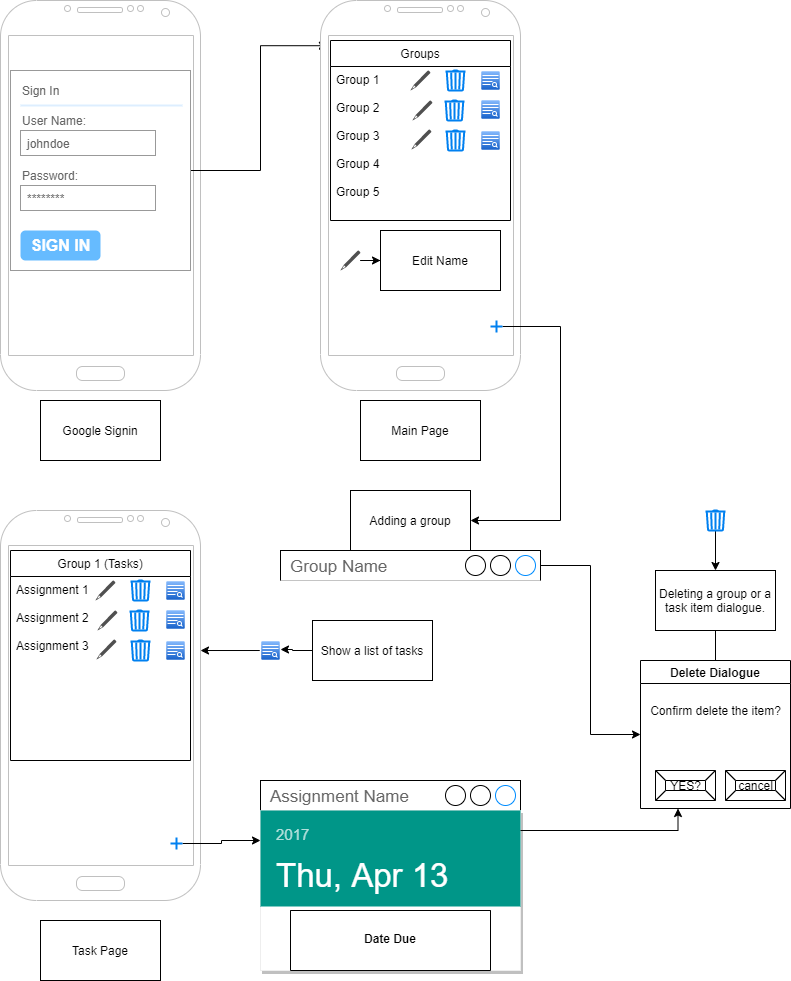
The draw.io diagram docs/img/wireframe.png in team-assignments/team-assignments.github.io, before a commit. Source tidied: cells renumbered, new cells last; positions are measured from the earlier drawing's top-left corner, leaving out a move shared by most shapes.
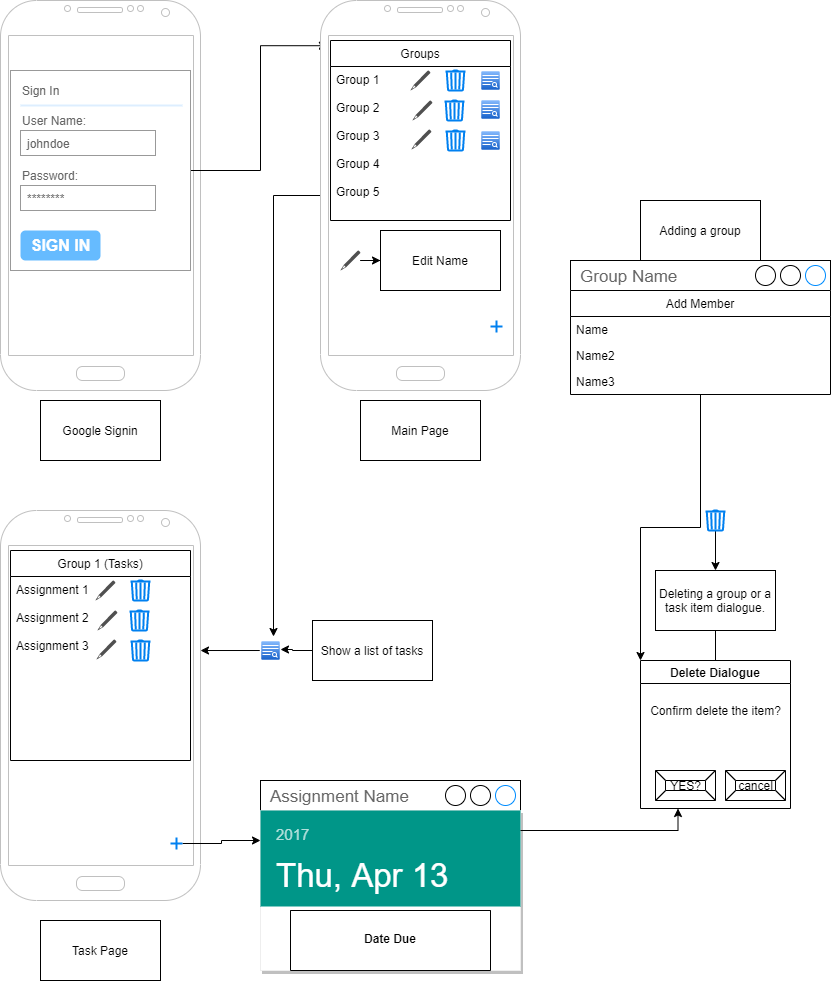
After the commit.

Commit message:
Added add member dialogue

Change to the diagram source:
```diff
@@ -49,6 +49,9 @@
     <mxCell id="12" value="Google Signin" style="whiteSpace=wrap;html=1;" parent="1" vertex="1">
       <mxGeometry x="40" y="400" width="120" height="60" as="geometry" />
     </mxCell>
+    <mxCell id="67" style="edgeStyle=orthogonalEdgeStyle;rounded=0;jettySize=auto;html=1;entryX=0.65;entryY=-0.2;entryDx=0;entryDy=0;entryPerimeter=0;" parent="1" edge="1" source="13" target="54">
+      <mxGeometry relative="1" as="geometry" />
+    </mxCell>
     <mxCell id="13" style="verticalLabelPosition=bottom;verticalAlign=top;html=1;shadow=0;dashed=0;strokeWidth=1;shape=mxgraph.android.phone2;strokeColor=#c0c0c0;" parent="1" vertex="1">
       <mxGeometry x="320" width="200" height="390" as="geometry" />
     </mxCell>
@@ -73,14 +76,6 @@
     <mxCell id="20" value="Assignment 1&#10;&#10;Assignment 2&#10;&#10;Assignment 3 " style="text;strokeColor=none;fillColor=none;align=left;verticalAlign=top;spacingLeft=4;spacingRight=4;overflow=hidden;" parent="19" vertex="1">
       <mxGeometry y="26" width="180" height="184" as="geometry" />
     </mxCell>
-    <mxCell id="21" style="edgeStyle=orthogonalEdgeStyle;rounded=0;jettySize=auto;html=1;" parent="1" edge="1" source="22" target="40">
-      <mxGeometry relative="1" as="geometry">
-        <Array as="points">
-          <mxPoint x="560" y="326" />
-          <mxPoint x="560" y="520" />
-        </Array>
-      </mxGeometry>
-    </mxCell>
     <mxCell id="22" style="html=1;verticalLabelPosition=bottom;labelBackgroundColor=#ffffff;verticalAlign=top;shadow=0;dashed=0;strokeWidth=2;shape=mxgraph.ios7.misc.flagged;strokeColor=#0080f0;" parent="1" vertex="1">
       <mxGeometry x="490" y="320" width="12" height="12" as="geometry" />
     </mxCell>
@@ -136,13 +131,10 @@
       <mxGeometry x="480" y="130" width="20" height="20" as="geometry" />
     </mxCell>
     <mxCell id="40" value="Adding a group" style="rounded=0;whiteSpace=wrap;html=1;" parent="1" vertex="1">
-      <mxGeometry x="350" y="490" width="120" height="60" as="geometry" />
+      <mxGeometry x="640" y="200" width="120" height="60" as="geometry" />
     </mxCell>
-    <mxCell id="41" style="edgeStyle=orthogonalEdgeStyle;rounded=0;jettySize=auto;html=1;entryX=0;entryY=0.5;entryDx=0;entryDy=0;" parent="1" edge="1" source="42" target="47">
-      <mxGeometry relative="1" as="geometry" />
-    </mxCell>
     <mxCell id="42" value="Group Name" style="strokeWidth=1;shadow=0;dashed=0;align=center;html=1;shape=mxgraph.mockup.containers.window;align=left;verticalAlign=top;spacingLeft=8;strokeColor2=#008cff;strokeColor3=#c4c4c4;fontColor=#666666;mainText=;fontSize=17;labelBackgroundColor=none;" parent="1" vertex="1">
-      <mxGeometry x="280" y="550" width="260" height="30" as="geometry" />
+      <mxGeometry x="570" y="260" width="260" height="30" as="geometry" />
     </mxCell>
     <mxCell id="43" style="edgeStyle=orthogonalEdgeStyle;rounded=0;jettySize=auto;html=1;" parent="1" edge="1" source="44" target="46">
       <mxGeometry relative="1" as="geometry" />
@@ -191,32 +183,38 @@
     <mxCell id="57" style="html=1;verticalLabelPosition=bottom;align=center;labelBackgroundColor=#ffffff;verticalAlign=top;strokeWidth=2;strokeColor=#0080F0;shadow=0;dashed=0;shape=mxgraph.ios7.icons.trashcan;" parent="1" vertex="1">
       <mxGeometry x="130" y="580" width="20" height="20" as="geometry" />
     </mxCell>
-    <mxCell id="58" style="verticalLabelPosition=bottom;verticalAlign=top;html=1;shadow=0;dashed=0;strokeWidth=1;shape=mxgraph.ios.iSortFindIcon;fillColor=#8BbEff;fillColor2=#135Ec8;strokeColor=#ffffff;" parent="1" vertex="1">
-      <mxGeometry x="165" y="580" width="20" height="20" as="geometry" />
-    </mxCell>
     <mxCell id="59" style="shadow=0;dashed=0;html=1;strokeColor=none;fillColor=#505050;labelPosition=center;verticalLabelPosition=bottom;verticalAlign=top;align=center;shape=mxgraph.office.concepts.writing_pencil;" parent="1" vertex="1">
       <mxGeometry x="97" y="610" width="20" height="20" as="geometry" />
     </mxCell>
     <mxCell id="60" style="html=1;verticalLabelPosition=bottom;align=center;labelBackgroundColor=#ffffff;verticalAlign=top;strokeWidth=2;strokeColor=#0080F0;shadow=0;dashed=0;shape=mxgraph.ios7.icons.trashcan;" parent="1" vertex="1">
       <mxGeometry x="129" y="610" width="20" height="20" as="geometry" />
     </mxCell>
-    <mxCell id="61" style="verticalLabelPosition=bottom;verticalAlign=top;html=1;shadow=0;dashed=0;strokeWidth=1;shape=mxgraph.ios.iSortFindIcon;fillColor=#8BbEff;fillColor2=#135Ec8;strokeColor=#ffffff;" parent="1" vertex="1">
-      <mxGeometry x="165" y="609" width="20" height="20" as="geometry" />
-    </mxCell>
     <mxCell id="62" style="shadow=0;dashed=0;html=1;strokeColor=none;fillColor=#505050;labelPosition=center;verticalLabelPosition=bottom;verticalAlign=top;align=center;shape=mxgraph.office.concepts.writing_pencil;" parent="1" vertex="1">
       <mxGeometry x="96" y="639" width="20" height="20" as="geometry" />
     </mxCell>
     <mxCell id="63" style="html=1;verticalLabelPosition=bottom;align=center;labelBackgroundColor=#ffffff;verticalAlign=top;strokeWidth=2;strokeColor=#0080F0;shadow=0;dashed=0;shape=mxgraph.ios7.icons.trashcan;" parent="1" vertex="1">
       <mxGeometry x="130" y="640" width="20" height="20" as="geometry" />
     </mxCell>
-    <mxCell id="64" style="verticalLabelPosition=bottom;verticalAlign=top;html=1;shadow=0;dashed=0;strokeWidth=1;shape=mxgraph.ios.iSortFindIcon;fillColor=#8BbEff;fillColor2=#135Ec8;strokeColor=#ffffff;" parent="1" vertex="1">
-      <mxGeometry x="165" y="640" width="20" height="20" as="geometry" />
-    </mxCell>
     <mxCell id="65" style="edgeStyle=orthogonalEdgeStyle;rounded=0;jettySize=auto;html=1;entryX=1;entryY=0.45;entryDx=0;entryDy=0;entryPerimeter=0;" parent="1" edge="1" source="66" target="54">
       <mxGeometry relative="1" as="geometry" />
     </mxCell>
     <mxCell id="66" value="Show a list of tasks" style="rounded=0;whiteSpace=wrap;html=1;" parent="1" vertex="1">
       <mxGeometry x="312" y="620" width="120" height="60" as="geometry" />
     </mxCell>
+    <mxCell id="68" style="edgeStyle=orthogonalEdgeStyle;rounded=0;jettySize=auto;html=1;entryX=0;entryY=0;entryDx=0;entryDy=0;" parent="1" edge="1" source="69" target="47">
+      <mxGeometry relative="1" as="geometry" />
+    </mxCell>
+    <mxCell id="69" value="Add Member" style="swimlane;fontStyle=0;horizontal=1;startSize=26;" parent="1" vertex="1">
+      <mxGeometry x="570" y="290" width="260" height="104" as="geometry" />
+    </mxCell>
+    <mxCell id="70" value="Name   " style="text;strokeColor=none;fillColor=none;align=left;verticalAlign=top;spacingLeft=4;spacingRight=4;overflow=hidden;" parent="69" vertex="1">
+      <mxGeometry y="26" width="260" height="26" as="geometry" />
+    </mxCell>
+    <mxCell id="71" value="Name2" style="text;strokeColor=none;fillColor=none;align=left;verticalAlign=top;spacingLeft=4;spacingRight=4;overflow=hidden;" parent="69" vertex="1">
+      <mxGeometry y="52" width="260" height="26" as="geometry" />
+    </mxCell>
+    <mxCell id="72" value="Name3" style="text;strokeColor=none;fillColor=none;align=left;verticalAlign=top;spacingLeft=4;spacingRight=4;overflow=hidden;" parent="69" vertex="1">
+      <mxGeometry y="78" width="260" height="26" as="geometry" />
+    </mxCell>
   </root>
 </mxGraphModel>
```
